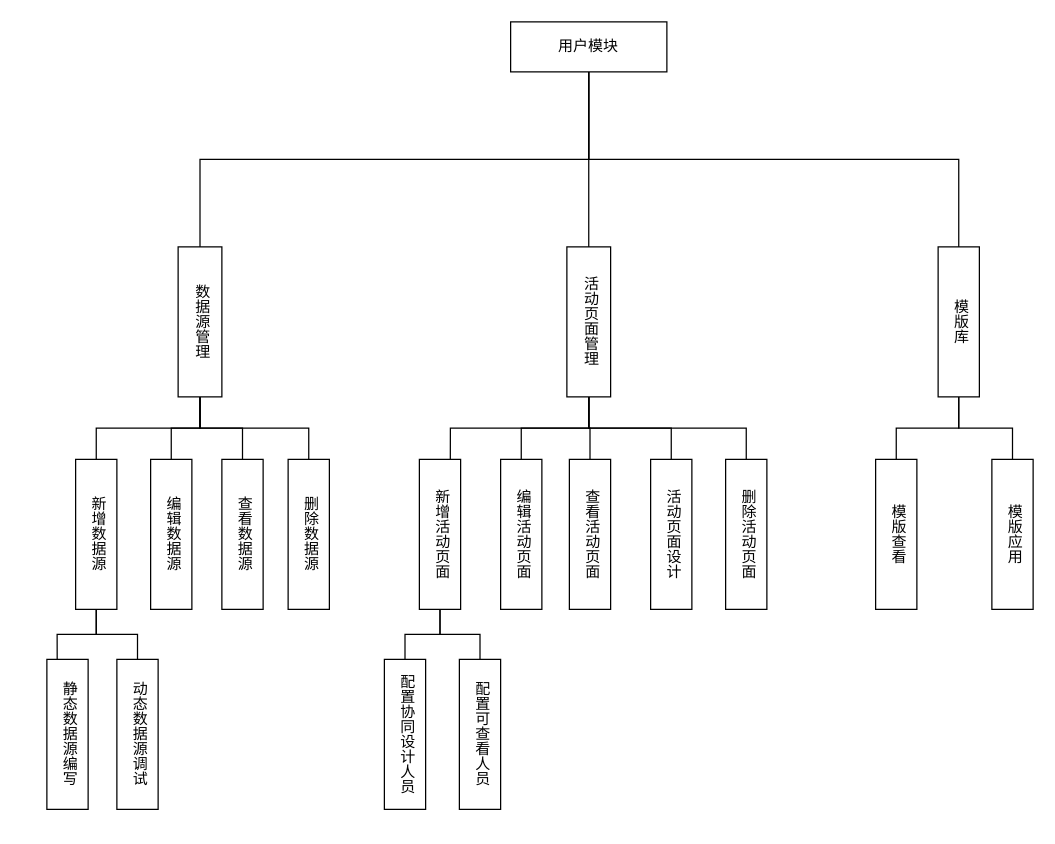
Earlier version of the draw.io diagram 后台管理模块结构图.drawio (yuxinyu12345/diagrams). Source tidied: cells renumbered, new cells numbered last; positions are measured from the earlier drawing's top-left corner, leaving out a move shared by most shapes. Both pictures are drawn from the tidied source at 125%, with x=0, y=0 at pixel (46, 21).
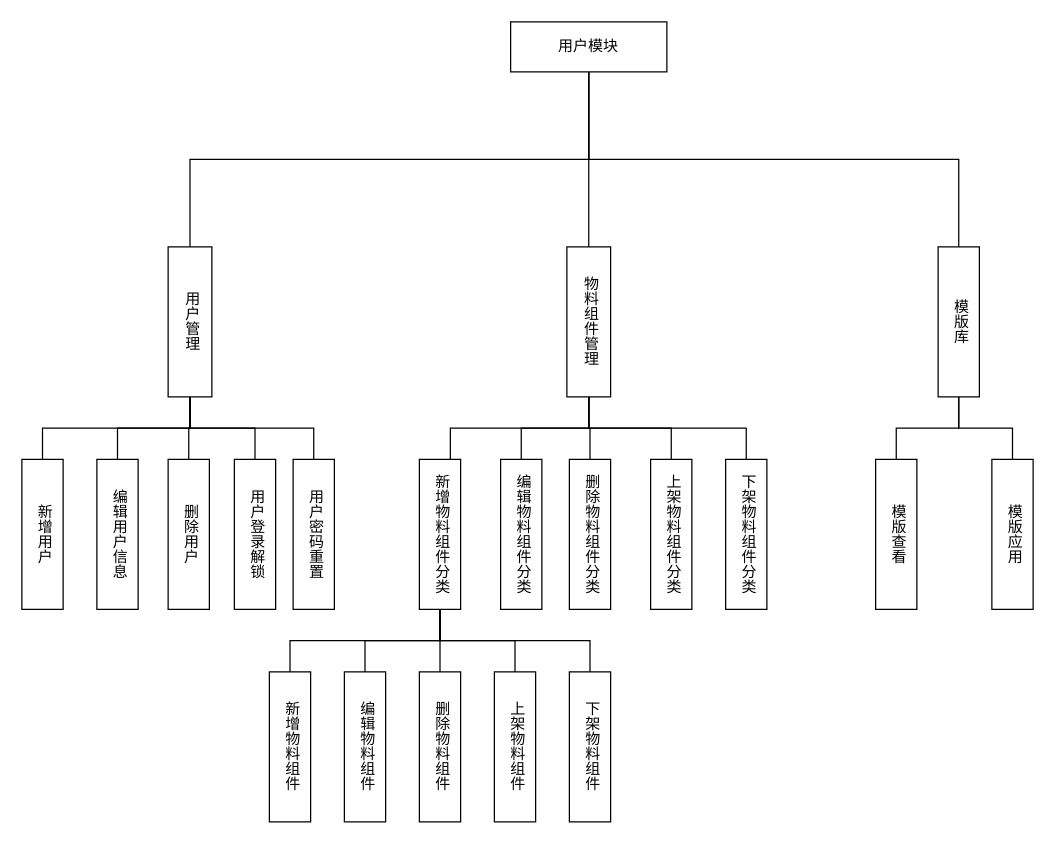
After the change.

Commit message (it also covers changes not shown here):
更新后台管理模块结构图.drawio

Change to the diagram source:
```diff
@@
+    <mxCell id="9" style="edgeStyle=orthogonalEdgeStyle;rounded=0;jettySize=auto;html=1;exitX=0.5;exitY=1;exitDx=0;exitDy=0;entryX=0.5;entryY=0;entryDx=0;entryDy=0;endArrow=none;endFill=0;" parent="1" edge="1" source="10" target="25">
+      <mxGeometry relative="1" as="geometry" />
+    </mxCell>
     <mxCell id="8" style="edgeStyle=orthogonalEdgeStyle;rounded=0;jettySize=auto;html=1;exitX=0.5;exitY=1;exitDx=0;exitDy=0;entryX=0.5;entryY=0;entryDx=0;entryDy=0;endArrow=none;endFill=0;" parent="1" edge="1" source="10" target="24">
-      <mxGeometry relative="1" as="geometry">
-        <Array as="points">
-          <mxPoint x="123" y="325" />
-          <mxPoint x="157" y="325" />
-        </Array>
-      </mxGeometry>
+      <mxGeometry relative="1" as="geometry" />
     </mxCell>
-    <mxCell id="9" style="edgeStyle=orthogonalEdgeStyle;rounded=0;jettySize=auto;html=1;exitX=0.5;exitY=1;exitDx=0;exitDy=0;entryX=0.5;entryY=0;entryDx=0;entryDy=0;endArrow=none;endFill=0;" parent="1" edge="1" source="10" target="25">
-      <mxGeometry relative="1" as="geometry" />
-    </mxCell>
+    <mxCell id="39" style="edgeStyle=orthogonalEdgeStyle;rounded=0;jettySize=auto;html=1;exitX=0.5;exitY=1;exitDx=0;exitDy=0;entryX=0.5;entryY=0;entryDx=0;entryDy=0;endArrow=none;endFill=0;" parent="1" edge="1" source="10" target="43">
+      <mxGeometry relative="1" as="geometry" />
+    </mxCell>
-    <mxCell id="10" value="数据源管理" style="rounded=0;whiteSpace=wrap;html=1;verticalAlign=middle;align=center;labelPosition=center;verticalLabelPosition=middle;textDirection=vertical-rl;" parent="1" vertex="1">
-      <mxGeometry x="105" y="180" width="35" height="120" as="geometry" />
+    <mxCell id="10" value="用户管理" style="rounded=0;whiteSpace=wrap;html=1;verticalAlign=middle;align=center;labelPosition=center;verticalLabelPosition=middle;textDirection=vertical-rl;" parent="1" vertex="1">
+      <mxGeometry x="97" y="180" width="35" height="120" as="geometry" />
     </mxCell>
@@
-    <mxCell id="16" value="活动页面管理" style="rounded=0;whiteSpace=wrap;html=1;verticalAlign=middle;align=center;labelPosition=center;verticalLabelPosition=middle;textDirection=vertical-rl;strokeWidth=1;" parent="1" vertex="1">
+    <mxCell id="16" value="物料组件管理" style="rounded=0;whiteSpace=wrap;html=1;verticalAlign=middle;align=center;labelPosition=center;verticalLabelPosition=middle;textDirection=vertical-rl;strokeWidth=1;" parent="1" vertex="1">
       <mxGeometry x="416" y="180" width="35" height="120" as="geometry" />
     </mxCell>
@@
-    <mxCell id="20" style="edgeStyle=orthogonalEdgeStyle;rounded=0;jettySize=auto;html=1;exitX=0.5;exitY=1;exitDx=0;exitDy=0;entryX=0.25;entryY=0;entryDx=0;entryDy=0;endArrow=none;endFill=0;" parent="1" edge="1" source="22" target="26">
-      <mxGeometry relative="1" as="geometry">
-        <Array as="points">
-          <mxPoint x="40" y="490" />
-          <mxPoint x="8" y="490" />
-        </Array>
-      </mxGeometry>
-    </mxCell>
-    <mxCell id="21" style="edgeStyle=orthogonalEdgeStyle;rounded=0;jettySize=auto;html=1;exitX=0.5;exitY=1;exitDx=0;exitDy=0;endArrow=none;endFill=0;" parent="1" edge="1" source="22" target="27">
-      <mxGeometry relative="1" as="geometry" />
-    </mxCell>
-    <mxCell id="22" value="新增数据源" style="rounded=0;whiteSpace=wrap;html=1;verticalAlign=middle;align=center;labelPosition=center;verticalLabelPosition=middle;textDirection=vertical-rl;spacing=0;" parent="1" vertex="1">
-      <mxGeometry x="23" y="350" width="33" height="120" as="geometry" />
+    <mxCell id="22" value="新增用户" style="rounded=0;whiteSpace=wrap;html=1;verticalAlign=middle;align=center;labelPosition=center;verticalLabelPosition=middle;textDirection=vertical-rl;spacing=0;" parent="1" vertex="1">
+      <mxGeometry x="-20" y="350" width="33" height="120" as="geometry" />
     </mxCell>
-    <mxCell id="23" value="编辑数据源" style="rounded=0;whiteSpace=wrap;html=1;verticalAlign=middle;align=center;labelPosition=center;verticalLabelPosition=middle;textDirection=vertical-rl;spacing=0;" parent="1" vertex="1">
-      <mxGeometry x="83" y="350" width="33" height="120" as="geometry" />
+    <mxCell id="23" value="编辑用户信息" style="rounded=0;whiteSpace=wrap;html=1;verticalAlign=middle;align=center;labelPosition=center;verticalLabelPosition=middle;textDirection=vertical-rl;spacing=0;" parent="1" vertex="1">
+      <mxGeometry x="40" y="350" width="33" height="120" as="geometry" />
     </mxCell>
-    <mxCell id="24" value="查看数据源" style="rounded=0;whiteSpace=wrap;html=1;verticalAlign=middle;align=center;labelPosition=center;verticalLabelPosition=middle;textDirection=vertical-rl;spacing=0;" parent="1" vertex="1">
-      <mxGeometry x="140" y="350" width="33" height="120" as="geometry" />
+    <mxCell id="24" value="删除用户" style="rounded=0;whiteSpace=wrap;html=1;verticalAlign=middle;align=center;labelPosition=center;verticalLabelPosition=middle;textDirection=vertical-rl;spacing=0;" parent="1" vertex="1">
+      <mxGeometry x="97" y="350" width="33" height="120" as="geometry" />
     </mxCell>
-    <mxCell id="25" value="删除数据源" style="rounded=0;whiteSpace=wrap;html=1;verticalAlign=middle;align=center;labelPosition=center;verticalLabelPosition=middle;textDirection=vertical-rl;spacing=0;" parent="1" vertex="1">
-      <mxGeometry x="193" y="350" width="33" height="120" as="geometry" />
+    <mxCell id="25" value="用户登录解锁" style="rounded=0;whiteSpace=wrap;html=1;verticalAlign=middle;align=center;labelPosition=center;verticalLabelPosition=middle;textDirection=vertical-rl;spacing=0;" parent="1" vertex="1">
+      <mxGeometry x="150" y="350" width="33" height="120" as="geometry" />
     </mxCell>
-    <mxCell id="26" value="静态数据源编写" style="rounded=0;whiteSpace=wrap;html=1;verticalAlign=middle;align=center;labelPosition=center;verticalLabelPosition=middle;textDirection=vertical-rl;spacing=0;" parent="1" vertex="1">
-      <mxGeometry y="510" width="33" height="120" as="geometry" />
-    </mxCell>
-    <mxCell id="27" value="动态数据源调试" style="rounded=0;whiteSpace=wrap;html=1;verticalAlign=middle;align=center;labelPosition=center;verticalLabelPosition=middle;textDirection=vertical-rl;spacing=0;" parent="1" vertex="1">
-      <mxGeometry x="56" y="510" width="33" height="120" as="geometry" />
-    </mxCell>
@@
+    <mxCell id="40" style="edgeStyle=orthogonalEdgeStyle;rounded=0;jettySize=auto;html=1;exitX=0.5;exitY=1;exitDx=0;exitDy=0;entryX=0.5;entryY=0;entryDx=0;entryDy=0;endArrow=none;endFill=0;" parent="1" edge="1" source="30" target="44">
+      <mxGeometry relative="1" as="geometry" />
+    </mxCell>
+    <mxCell id="41" style="edgeStyle=orthogonalEdgeStyle;rounded=0;jettySize=auto;html=1;exitX=0.5;exitY=1;exitDx=0;exitDy=0;entryX=0.5;entryY=0;entryDx=0;entryDy=0;endArrow=none;endFill=0;" parent="1" edge="1" source="30" target="45">
+      <mxGeometry relative="1" as="geometry" />
+    </mxCell>
+    <mxCell id="42" style="edgeStyle=orthogonalEdgeStyle;rounded=0;jettySize=auto;html=1;exitX=0.5;exitY=1;exitDx=0;exitDy=0;entryX=0.5;entryY=0;entryDx=0;entryDy=0;endArrow=none;endFill=0;" parent="1" edge="1" source="30" target="46">
+      <mxGeometry relative="1" as="geometry" />
+    </mxCell>
-    <mxCell id="30" value="新增活动页面" style="rounded=0;whiteSpace=wrap;html=1;verticalAlign=middle;align=center;labelPosition=center;verticalLabelPosition=middle;textDirection=vertical-rl;spacing=0;" parent="1" vertex="1">
+    <mxCell id="30" value="新增物料组件分类" style="rounded=0;whiteSpace=wrap;html=1;verticalAlign=middle;align=center;labelPosition=center;verticalLabelPosition=middle;textDirection=vertical-rl;spacing=0;" parent="1" vertex="1">
       <mxGeometry x="298" y="350" width="33" height="120" as="geometry" />
     </mxCell>
-    <mxCell id="31" value="编辑活动页面" style="rounded=0;whiteSpace=wrap;html=1;verticalAlign=middle;align=center;labelPosition=center;verticalLabelPosition=middle;textDirection=vertical-rl;spacing=0;" parent="1" vertex="1">
+    <mxCell id="31" value="编辑物料组件分类" style="rounded=0;whiteSpace=wrap;html=1;verticalAlign=middle;align=center;labelPosition=center;verticalLabelPosition=middle;textDirection=vertical-rl;spacing=0;" parent="1" vertex="1">
       <mxGeometry x="363" y="350" width="33" height="120" as="geometry" />
     </mxCell>
-    <mxCell id="32" value="查看活动页面" style="rounded=0;whiteSpace=wrap;html=1;verticalAlign=middle;align=center;labelPosition=center;verticalLabelPosition=middle;textDirection=vertical-rl;spacing=0;" parent="1" vertex="1">
+    <mxCell id="32" value="删除物料组件分类" style="rounded=0;whiteSpace=wrap;html=1;verticalAlign=middle;align=center;labelPosition=center;verticalLabelPosition=middle;textDirection=vertical-rl;spacing=0;" parent="1" vertex="1">
       <mxGeometry x="418" y="350" width="33" height="120" as="geometry" />
     </mxCell>
-    <mxCell id="33" value="活动页面设计" style="rounded=0;whiteSpace=wrap;html=1;verticalAlign=middle;align=center;labelPosition=center;verticalLabelPosition=middle;textDirection=vertical-rl;spacing=0;" parent="1" vertex="1">
+    <mxCell id="33" value="上架物料组件分类" style="rounded=0;whiteSpace=wrap;html=1;verticalAlign=middle;align=center;labelPosition=center;verticalLabelPosition=middle;textDirection=vertical-rl;spacing=0;" parent="1" vertex="1">
       <mxGeometry x="483" y="350" width="33" height="120" as="geometry" />
     </mxCell>
-    <mxCell id="34" value="删除活动页面" style="rounded=0;whiteSpace=wrap;html=1;verticalAlign=middle;align=center;labelPosition=center;verticalLabelPosition=middle;textDirection=vertical-rl;spacing=0;" parent="1" vertex="1">
+    <mxCell id="34" value="下架物料组件分类" style="rounded=0;whiteSpace=wrap;html=1;verticalAlign=middle;align=center;labelPosition=center;verticalLabelPosition=middle;textDirection=vertical-rl;spacing=0;" parent="1" vertex="1">
       <mxGeometry x="543" y="350" width="33" height="120" as="geometry" />
     </mxCell>
-    <mxCell id="35" value="配置协同设计人员" style="rounded=0;whiteSpace=wrap;html=1;verticalAlign=middle;align=center;labelPosition=center;verticalLabelPosition=middle;textDirection=vertical-rl;spacing=0;" parent="1" vertex="1">
-      <mxGeometry x="270" y="510" width="33" height="120" as="geometry" />
+    <mxCell id="35" value="新增物料组件" style="rounded=0;whiteSpace=wrap;html=1;verticalAlign=middle;align=center;labelPosition=center;verticalLabelPosition=middle;textDirection=vertical-rl;spacing=0;" parent="1" vertex="1">
+      <mxGeometry x="178" y="520" width="33" height="120" as="geometry" />
     </mxCell>
-    <mxCell id="36" value="配置可查看人员" style="rounded=0;whiteSpace=wrap;html=1;verticalAlign=middle;align=center;labelPosition=center;verticalLabelPosition=middle;textDirection=vertical-rl;spacing=0;" parent="1" vertex="1">
-      <mxGeometry x="330" y="510" width="33" height="120" as="geometry" />
+    <mxCell id="36" value="编辑物料组件" style="rounded=0;whiteSpace=wrap;html=1;verticalAlign=middle;align=center;labelPosition=center;verticalLabelPosition=middle;textDirection=vertical-rl;spacing=0;" parent="1" vertex="1">
+      <mxGeometry x="238" y="520" width="33" height="120" as="geometry" />
     </mxCell>
@@
+    <mxCell id="43" value="用户密码重置" style="rounded=0;whiteSpace=wrap;html=1;verticalAlign=middle;align=center;labelPosition=center;verticalLabelPosition=middle;textDirection=vertical-rl;spacing=0;" parent="1" vertex="1">
+      <mxGeometry x="197" y="350" width="33" height="120" as="geometry" />
+    </mxCell>
+    <mxCell id="44" value="删除物料组件" style="rounded=0;whiteSpace=wrap;html=1;verticalAlign=middle;align=center;labelPosition=center;verticalLabelPosition=middle;textDirection=vertical-rl;spacing=0;" parent="1" vertex="1">
+      <mxGeometry x="298" y="520" width="33" height="120" as="geometry" />
+    </mxCell>
+    <mxCell id="45" value="上架物料组件" style="rounded=0;whiteSpace=wrap;html=1;verticalAlign=middle;align=center;labelPosition=center;verticalLabelPosition=middle;textDirection=vertical-rl;spacing=0;" parent="1" vertex="1">
+      <mxGeometry x="358" y="520" width="33" height="120" as="geometry" />
+    </mxCell>
+    <mxCell id="46" value="下架物料组件" style="rounded=0;whiteSpace=wrap;html=1;verticalAlign=middle;align=center;labelPosition=center;verticalLabelPosition=middle;textDirection=vertical-rl;spacing=0;" parent="1" vertex="1">
+      <mxGeometry x="418" y="520" width="33" height="120" as="geometry" />
+    </mxCell>
```
